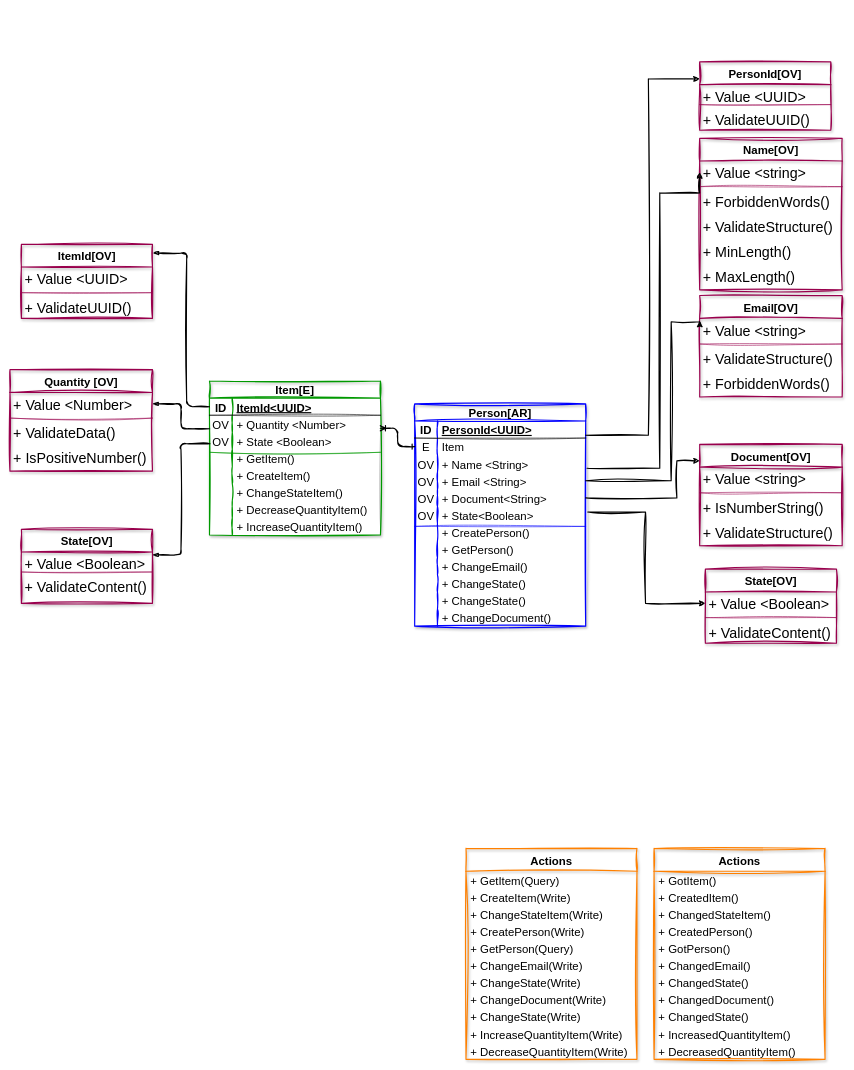
The draw.io diagram page "Person<AR>" (5 of 5) of Drive-Domain-Design.drawio in training-practice-sofkau/C1-2023-DDD-Colombia, before the edit. Source tidied: cells renumbered, new cells numbered last; positions are measured from the earlier drawing's top-left corner, leaving out a move shared by most shapes. Both pictures are drawn from the tidied source at 57%, with x=0, y=0 at pixel (10, 62).
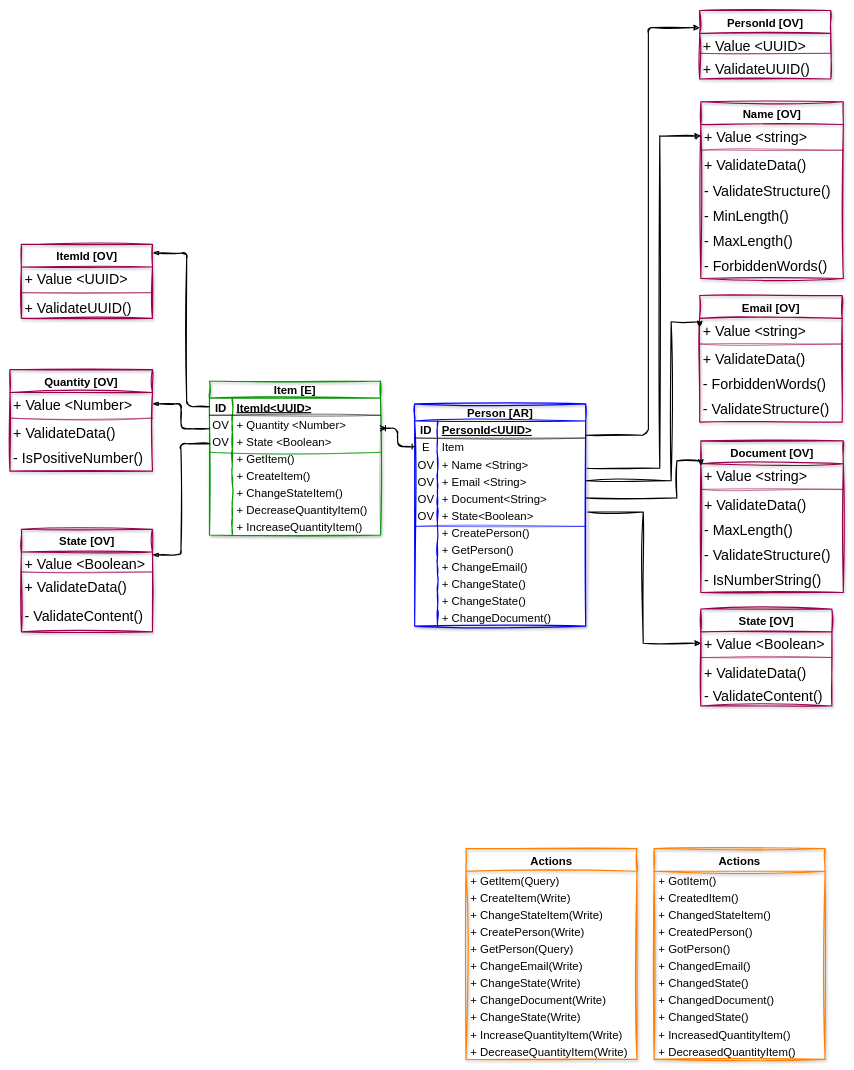
After the change.

Unchanged cells that the change refers to:
```xml
<mxCell id="3" style="shape=tableRow;horizontal=0;startSize=0;swimlaneHead=0;swimlaneBody=0;fillColor=none;points=[[0,0.5],[1,0.5]];portConstraint=eastwest;top=0;left=0;right=0;bottom=1;sketch=1;hachureGap=4;jiggle=2;curveFitting=1;fontFamily=Helvetica;fontSize=20;" parent="2" vertex="1">
  <mxGeometry y="30" width="300" height="30" as="geometry" />
</mxCell>
<mxCell id="9" style="shape=tableRow;horizontal=0;startSize=0;swimlaneHead=0;swimlaneBody=0;fillColor=none;points=[[0,0.5],[1,0.5]];portConstraint=eastwest;top=0;left=0;right=0;bottom=0;sketch=1;hachureGap=4;jiggle=2;curveFitting=1;fontFamily=Helvetica;fontSize=20;" parent="2" vertex="1">
  <mxGeometry y="90" width="300" height="30" as="geometry" />
</mxCell>
<mxCell id="72" value="+ Value &lt;string&gt;" style="text;strokeColor=none;fillColor=none;spacingLeft=4;spacingRight=4;overflow=hidden;points=[[0,0.5],[1,0.5]];portConstraint=eastwest;fontSize=25;fontFamily=Helvetica;" parent="71" vertex="1">
  <mxGeometry y="40" width="250" height="40" as="geometry" />
</mxCell>
<mxCell id="107" value="Quantity [OV]" style="swimlane;fontStyle=1;horizontal=1;startSize=40;align=center;fontSize=20;rounded=0;shadow=1;labelBorderColor=none;sketch=1;hachureGap=4;jiggle=2;fillStyle=cross-hatch;curveFitting=1;strokeColor=#99004D;strokeWidth=2;fontFamily=Helvetica;fillColor=none;gradientColor=none;" parent="1" vertex="1">
  <mxGeometry y="540" width="250" height="178" as="geometry" />
</mxCell>
```

The edit, as a diff of the source:
```diff
@@
-    <mxCell id="2" value="Person[AR]" style="shape=table;startSize=30;childLayout=tableLayout;rowLines=0;fontStyle=1;align=center;hachureGap=4;fontFamily=Helvetica;fontSize=20;fillColor=none;swimlaneFillColor=default;rounded=0;shadow=1;strokeWidth=2;labelBorderColor=none;strokeColor=#0000FF;sketch=1;curveFitting=1;jiggle=2;" parent="1" vertex="1">
+    <mxCell id="2" value="Person [AR]" style="shape=table;startSize=30;childLayout=tableLayout;rowLines=0;fontStyle=1;align=center;hachureGap=4;fontFamily=Helvetica;fontSize=20;fillColor=none;swimlaneFillColor=default;rounded=0;shadow=1;strokeWidth=2;labelBorderColor=none;strokeColor=#0000FF;sketch=1;curveFitting=1;jiggle=2;" parent="1" vertex="1">
       <mxGeometry x="710" y="600" width="300" height="390" as="geometry" />
     </mxCell>
@@
-    <mxCell id="53" value="State[OV]" style="swimlane;fontStyle=1;horizontal=1;startSize=40;align=center;fontSize=20;rounded=0;shadow=1;labelBorderColor=none;sketch=1;hachureGap=4;jiggle=2;fillStyle=cross-hatch;curveFitting=1;strokeColor=#99004D;strokeWidth=2;fontFamily=Helvetica;fillColor=none;gradientColor=none;" parent="1" vertex="1">
-      <mxGeometry x="1220" y="890" width="230" height="130" as="geometry" />
+    <mxCell id="53" value="State [OV]" style="swimlane;fontStyle=1;horizontal=1;startSize=40;align=center;fontSize=20;rounded=0;shadow=1;labelBorderColor=none;sketch=1;hachureGap=4;jiggle=2;fillStyle=cross-hatch;curveFitting=1;strokeColor=#99004D;strokeWidth=2;fontFamily=Helvetica;fillColor=none;gradientColor=none;" parent="1" vertex="1">
+      <mxGeometry x="1212" y="960" width="230" height="170" as="geometry" />
     </mxCell>
@@
-    <mxCell id="56" value="+ ValidateContent()" style="text;strokeColor=none;fillColor=none;spacingLeft=4;spacingRight=4;overflow=hidden;fontSize=25;fontFamily=Helvetica;" parent="53" vertex="1">
+    <mxCell id="56" value="+ ValidateData()" style="text;strokeColor=none;fillColor=none;spacingLeft=4;spacingRight=4;overflow=hidden;fontSize=25;fontFamily=Helvetica;" parent="53" vertex="1">
       <mxGeometry y="90" width="230" height="40" as="geometry" />
     </mxCell>
+    <mxCell id="137" value="- ValidateContent()" style="text;strokeColor=none;fillColor=none;spacingLeft=4;spacingRight=4;overflow=hidden;fontSize=25;fontFamily=Helvetica;" parent="53" vertex="1">
+      <mxGeometry y="130" width="230" height="40" as="geometry" />
+    </mxCell>
-    <mxCell id="57" value="Email[OV]" style="swimlane;fontStyle=1;horizontal=1;startSize=40;align=center;fontSize=20;rounded=0;shadow=1;labelBorderColor=none;sketch=1;hachureGap=4;jiggle=2;fillStyle=cross-hatch;curveFitting=1;strokeColor=#99004D;strokeWidth=2;fontFamily=Helvetica;fillColor=none;gradientColor=none;" parent="1" vertex="1">
-      <mxGeometry x="1210" y="410" width="250" height="178" as="geometry" />
+    <mxCell id="57" value="Email [OV]" style="swimlane;fontStyle=1;horizontal=1;startSize=40;align=center;fontSize=20;rounded=0;shadow=1;labelBorderColor=none;sketch=1;hachureGap=4;jiggle=2;fillStyle=cross-hatch;curveFitting=1;strokeColor=#99004D;strokeWidth=2;fontFamily=Helvetica;fillColor=none;gradientColor=none;" parent="1" vertex="1">
+      <mxGeometry x="1210" y="410" width="250" height="222" as="geometry" />
     </mxCell>
@@
-    <mxCell id="60" value="+ ValidateStructure()" style="text;strokeColor=none;fillColor=none;spacingLeft=4;spacingRight=4;overflow=hidden;fontSize=25;fontFamily=Helvetica;" parent="57" vertex="1">
+    <mxCell id="60" value="+ ValidateData()" style="text;strokeColor=none;fillColor=none;spacingLeft=4;spacingRight=4;overflow=hidden;fontSize=25;fontFamily=Helvetica;" parent="57" vertex="1">
       <mxGeometry y="90" width="250" height="44" as="geometry" />
     </mxCell>
-    <mxCell id="61" value="+ ForbiddenWords()" style="text;strokeColor=none;fillColor=none;spacingLeft=4;spacingRight=4;overflow=hidden;fontSize=25;fontFamily=Helvetica;" parent="57" vertex="1">
+    <mxCell id="61" value="- ForbiddenWords()" style="text;strokeColor=none;fillColor=none;spacingLeft=4;spacingRight=4;overflow=hidden;fontSize=25;fontFamily=Helvetica;" parent="57" vertex="1">
       <mxGeometry y="134" width="250" height="44" as="geometry" />
     </mxCell>
+    <mxCell id="138" value="- ValidateStructure()" style="text;strokeColor=none;fillColor=none;spacingLeft=4;spacingRight=4;overflow=hidden;fontSize=25;fontFamily=Helvetica;" parent="57" vertex="1">
+      <mxGeometry y="178" width="250" height="44" as="geometry" />
+    </mxCell>
-    <mxCell id="62" value="PersonId[OV]" style="swimlane;fontStyle=1;horizontal=1;startSize=40;align=center;fontSize=20;rounded=0;shadow=1;labelBorderColor=none;sketch=1;hachureGap=4;jiggle=2;fillStyle=cross-hatch;curveFitting=1;strokeColor=#99004D;strokeWidth=2;fontFamily=Helvetica;fillColor=none;gradientColor=none;" parent="1" vertex="1">
-      <mxGeometry x="1210" width="230" height="120" as="geometry" />
+    <mxCell id="62" value="PersonId [OV]" style="swimlane;fontStyle=1;horizontal=1;startSize=40;align=center;fontSize=20;rounded=0;shadow=1;labelBorderColor=none;sketch=1;hachureGap=4;jiggle=2;fillStyle=cross-hatch;curveFitting=1;strokeColor=#99004D;strokeWidth=2;fontFamily=Helvetica;fillColor=none;gradientColor=none;" parent="1" vertex="1">
+      <mxGeometry x="1210" y="-90" width="230" height="120" as="geometry" />
     </mxCell>
@@
-    <mxCell id="66" value="Document[OV]" style="swimlane;fontStyle=1;horizontal=1;startSize=40;align=center;fontSize=20;rounded=0;shadow=1;labelBorderColor=none;sketch=1;hachureGap=4;jiggle=2;fillStyle=cross-hatch;curveFitting=1;strokeColor=#99004D;strokeWidth=2;fontFamily=Helvetica;fillColor=none;gradientColor=none;" parent="1" vertex="1">
-      <mxGeometry x="1210" y="671" width="250" height="178" as="geometry" />
+    <mxCell id="66" value="Document [OV]" style="swimlane;fontStyle=1;horizontal=1;startSize=40;align=center;fontSize=20;rounded=0;shadow=1;labelBorderColor=none;sketch=1;hachureGap=4;jiggle=2;fillStyle=cross-hatch;curveFitting=1;strokeColor=#99004D;strokeWidth=2;fontFamily=Helvetica;fillColor=none;gradientColor=none;" parent="1" vertex="1">
+      <mxGeometry x="1212" y="665" width="250" height="266" as="geometry" />
     </mxCell>
@@
-    <mxCell id="69" value="+ IsNumberString()" style="text;strokeColor=none;fillColor=none;spacingLeft=4;spacingRight=4;overflow=hidden;fontSize=25;fontFamily=Helvetica;" parent="66" vertex="1">
+    <mxCell id="69" value="+ ValidateData()" style="text;strokeColor=none;fillColor=none;spacingLeft=4;spacingRight=4;overflow=hidden;fontSize=25;fontFamily=Helvetica;" parent="66" vertex="1">
       <mxGeometry y="90" width="250" height="44" as="geometry" />
     </mxCell>
-    <mxCell id="70" value="+ ValidateStructure()" style="text;strokeColor=none;fillColor=none;spacingLeft=4;spacingRight=4;overflow=hidden;fontSize=25;fontFamily=Helvetica;" parent="66" vertex="1">
+    <mxCell id="70" value="- MaxLength()" style="text;strokeColor=none;fillColor=none;spacingLeft=4;spacingRight=4;overflow=hidden;fontSize=25;fontFamily=Helvetica;" parent="66" vertex="1">
       <mxGeometry y="134" width="250" height="44" as="geometry" />
     </mxCell>
+    <mxCell id="139" value="- ValidateStructure()" style="text;strokeColor=none;fillColor=none;spacingLeft=4;spacingRight=4;overflow=hidden;fontSize=25;fontFamily=Helvetica;" parent="66" vertex="1">
+      <mxGeometry y="178" width="250" height="44" as="geometry" />
+    </mxCell>
+    <mxCell id="140" value="- IsNumberString()" style="text;strokeColor=none;fillColor=none;spacingLeft=4;spacingRight=4;overflow=hidden;fontSize=25;fontFamily=Helvetica;" parent="66" vertex="1">
+      <mxGeometry y="222" width="250" height="44" as="geometry" />
+    </mxCell>
-    <mxCell id="71" value="Name[OV]" style="swimlane;fontStyle=1;horizontal=1;startSize=40;align=center;fontSize=20;rounded=0;shadow=1;labelBorderColor=none;sketch=1;hachureGap=4;jiggle=2;fillStyle=cross-hatch;curveFitting=1;strokeColor=#99004D;strokeWidth=2;fontFamily=Helvetica;fillColor=none;gradientColor=none;" parent="1" vertex="1">
-      <mxGeometry x="1210" y="134" width="250" height="266" as="geometry" />
+    <mxCell id="71" value="Name [OV]" style="swimlane;fontStyle=1;horizontal=1;startSize=40;align=center;fontSize=20;rounded=0;shadow=1;labelBorderColor=none;sketch=1;hachureGap=4;jiggle=2;fillStyle=cross-hatch;curveFitting=1;strokeColor=#99004D;strokeWidth=2;fontFamily=Helvetica;fillColor=none;gradientColor=none;" parent="1" vertex="1">
+      <mxGeometry x="1212" y="70" width="250" height="310" as="geometry" />
     </mxCell>
@@
-    <mxCell id="74" value="+ ForbiddenWords()" style="text;strokeColor=none;fillColor=none;spacingLeft=4;spacingRight=4;overflow=hidden;fontSize=25;fontFamily=Helvetica;" parent="71" vertex="1">
+    <mxCell id="74" value="+ ValidateData()" style="text;strokeColor=none;fillColor=none;spacingLeft=4;spacingRight=4;overflow=hidden;fontSize=25;fontFamily=Helvetica;" parent="71" vertex="1">
       <mxGeometry y="90" width="250" height="44" as="geometry" />
     </mxCell>
-    <mxCell id="75" value="+ ValidateStructure()" style="text;strokeColor=none;fillColor=none;spacingLeft=4;spacingRight=4;overflow=hidden;fontSize=25;fontFamily=Helvetica;" parent="71" vertex="1">
+    <mxCell id="75" value="- ValidateStructure()" style="text;strokeColor=none;fillColor=none;spacingLeft=4;spacingRight=4;overflow=hidden;fontSize=25;fontFamily=Helvetica;" parent="71" vertex="1">
       <mxGeometry y="134" width="250" height="44" as="geometry" />
     </mxCell>
-    <mxCell id="76" value="+ MinLength()" style="text;strokeColor=none;fillColor=none;spacingLeft=4;spacingRight=4;overflow=hidden;fontSize=25;fontFamily=Helvetica;" parent="71" vertex="1">
+    <mxCell id="76" value="- MinLength()" style="text;strokeColor=none;fillColor=none;spacingLeft=4;spacingRight=4;overflow=hidden;fontSize=25;fontFamily=Helvetica;" parent="71" vertex="1">
       <mxGeometry y="178" width="250" height="44" as="geometry" />
     </mxCell>
-    <mxCell id="77" value="+ MaxLength()" style="text;strokeColor=none;fillColor=none;spacingLeft=4;spacingRight=4;overflow=hidden;fontSize=25;fontFamily=Helvetica;" parent="71" vertex="1">
+    <mxCell id="77" value="- MaxLength()" style="text;strokeColor=none;fillColor=none;spacingLeft=4;spacingRight=4;overflow=hidden;fontSize=25;fontFamily=Helvetica;" parent="71" vertex="1">
       <mxGeometry y="222" width="250" height="44" as="geometry" />
     </mxCell>
+    <mxCell id="141" value="- ForbiddenWords()" style="text;strokeColor=none;fillColor=none;spacingLeft=4;spacingRight=4;overflow=hidden;fontSize=25;fontFamily=Helvetica;" parent="71" vertex="1">
+      <mxGeometry y="266" width="250" height="44" as="geometry" />
+    </mxCell>
-    <mxCell id="78" style="edgeStyle=orthogonalEdgeStyle;rounded=0;sketch=1;hachureGap=4;jiggle=2;curveFitting=1;jettySize=auto;html=1;entryX=0;entryY=0.25;entryDx=0;entryDy=0;fontFamily=Architects Daughter;fontSize=16;strokeWidth=2;" parent="1" edge="1" source="3" target="62">
+    <mxCell id="78" style="edgeStyle=orthogonalEdgeStyle;rounded=1;sketch=1;hachureGap=4;jiggle=2;curveFitting=1;jettySize=auto;html=1;entryX=0;entryY=0.25;entryDx=0;entryDy=0;fontFamily=Architects Daughter;fontSize=16;strokeWidth=2;" parent="1" edge="1" source="3" target="62">
       <mxGeometry relative="1" as="geometry">
         <Array as="points">
           <mxPoint x="1120" y="655" />
-          <mxPoint x="1120" y="30" />
+          <mxPoint x="1120" y="-60" />
         </Array>
       </mxGeometry>
     </mxCell>
     <mxCell id="79" style="edgeStyle=orthogonalEdgeStyle;rounded=0;sketch=1;hachureGap=4;jiggle=2;curveFitting=1;jettySize=auto;html=1;entryX=0;entryY=0.5;entryDx=0;entryDy=0;fontFamily=Architects Daughter;fontSize=16;exitX=1.008;exitY=0.767;exitDx=0;exitDy=0;exitPerimeter=0;strokeWidth=2;" parent="1" edge="1" source="9" target="72">
       <mxGeometry relative="1" as="geometry">
         <Array as="points">
           <mxPoint x="1140" y="713" />
-          <mxPoint x="1140" y="230" />
+          <mxPoint x="1140" y="130" />
         </Array>
       </mxGeometry>
     </mxCell>
@@
-    <mxCell id="82" value="Item[E]" style="shape=table;startSize=30;childLayout=tableLayout;rowLines=0;fontStyle=1;align=center;hachureGap=4;fontFamily=Helvetica;fontSize=20;fillColor=none;swimlaneFillColor=default;rounded=0;shadow=1;strokeWidth=2;labelBorderColor=none;strokeColor=#009900;sketch=1;curveFitting=1;jiggle=2;" parent="1" vertex="1">
+    <mxCell id="82" value="Item [E]" style="shape=table;startSize=30;childLayout=tableLayout;rowLines=0;fontStyle=1;align=center;hachureGap=4;fontFamily=Helvetica;fontSize=20;fillColor=none;swimlaneFillColor=default;rounded=0;shadow=1;strokeWidth=2;labelBorderColor=none;strokeColor=#009900;sketch=1;curveFitting=1;jiggle=2;" parent="1" vertex="1">
       <mxGeometry x="350" y="560" width="300" height="270" as="geometry" />
     </mxCell>
@@
-    <mxCell id="111" value="+ IsPositiveNumber()" style="text;strokeColor=none;fillColor=none;spacingLeft=4;spacingRight=4;overflow=hidden;fontSize=25;fontFamily=Helvetica;" parent="107" vertex="1">
+    <mxCell id="111" value="- IsPositiveNumber()" style="text;strokeColor=none;fillColor=none;spacingLeft=4;spacingRight=4;overflow=hidden;fontSize=25;fontFamily=Helvetica;" parent="107" vertex="1">
       <mxGeometry y="134" width="250" height="44" as="geometry" />
     </mxCell>
@@
-    <mxCell id="113" value="State[OV]" style="swimlane;fontStyle=1;horizontal=1;startSize=40;align=center;fontSize=20;rounded=0;shadow=1;labelBorderColor=none;sketch=1;hachureGap=4;jiggle=2;fillStyle=cross-hatch;curveFitting=1;strokeColor=#99004D;strokeWidth=2;fontFamily=Helvetica;fillColor=none;gradientColor=none;" parent="1" vertex="1">
-      <mxGeometry x="20" y="820" width="230" height="130" as="geometry" />
+    <mxCell id="113" value="State [OV]" style="swimlane;fontStyle=1;horizontal=1;startSize=40;align=center;fontSize=20;rounded=0;shadow=1;labelBorderColor=none;sketch=1;hachureGap=4;jiggle=2;fillStyle=cross-hatch;curveFitting=1;strokeColor=#99004D;strokeWidth=2;fontFamily=Helvetica;fillColor=none;gradientColor=none;" parent="1" vertex="1">
+      <mxGeometry x="20" y="820" width="230" height="180" as="geometry" />
     </mxCell>
@@
-    <mxCell id="116" value="+ ValidateContent()" style="text;strokeColor=none;fillColor=none;spacingLeft=4;spacingRight=4;overflow=hidden;fontSize=25;fontFamily=Helvetica;" parent="113" vertex="1">
+    <mxCell id="116" value="+ ValidateData()" style="text;strokeColor=none;fillColor=none;spacingLeft=4;spacingRight=4;overflow=hidden;fontSize=25;fontFamily=Helvetica;" parent="113" vertex="1">
       <mxGeometry y="80" width="230" height="50" as="geometry" />
     </mxCell>
+    <mxCell id="142" value="- ValidateContent()" style="text;strokeColor=none;fillColor=none;spacingLeft=4;spacingRight=4;overflow=hidden;fontSize=25;fontFamily=Helvetica;" parent="113" vertex="1">
+      <mxGeometry y="130" width="230" height="50" as="geometry" />
+    </mxCell>
@@
-    <mxCell id="119" value="ItemId[OV]" style="swimlane;fontStyle=1;horizontal=1;startSize=40;align=center;fontSize=20;rounded=0;shadow=1;labelBorderColor=none;sketch=1;hachureGap=4;jiggle=2;fillStyle=cross-hatch;curveFitting=1;strokeColor=#99004D;strokeWidth=2;fontFamily=Helvetica;fillColor=none;gradientColor=none;" parent="1" vertex="1">
+    <mxCell id="119" value="ItemId [OV]" style="swimlane;fontStyle=1;horizontal=1;startSize=40;align=center;fontSize=20;rounded=0;shadow=1;labelBorderColor=none;sketch=1;hachureGap=4;jiggle=2;fillStyle=cross-hatch;curveFitting=1;strokeColor=#99004D;strokeWidth=2;fontFamily=Helvetica;fillColor=none;gradientColor=none;" parent="1" vertex="1">
       <mxGeometry x="20" y="320" width="230" height="130" as="geometry" />
     </mxCell>
```
